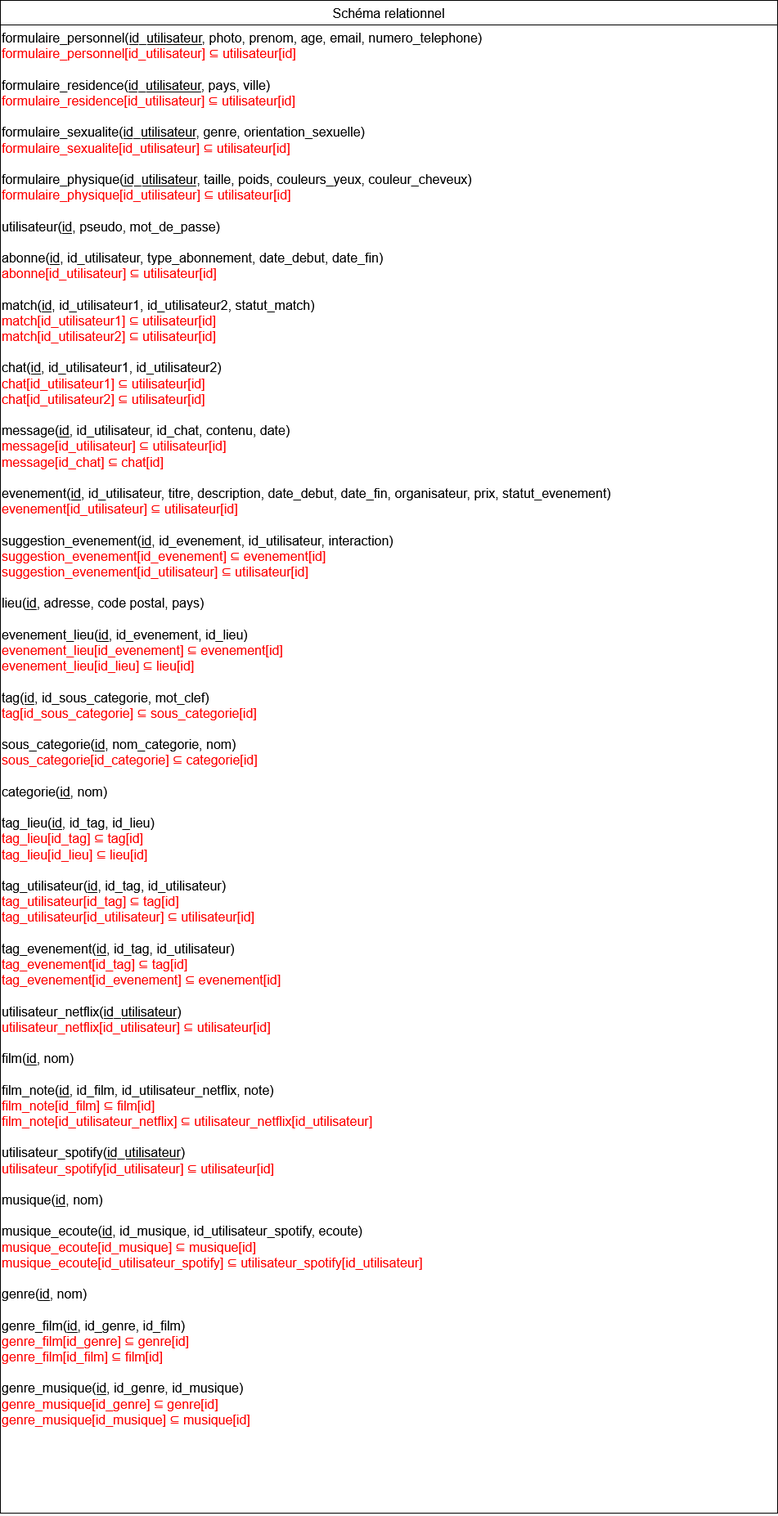
Earlier version of the draw.io export RELATIONNEL.png (SuyuKuka/Le-Big-Match-Big-Brother-Is-Matching-You). Source tidied: cells renumbered, new cells last; positions are measured from the earlier drawing's top-left corner, leaving out a move shared by most shapes.
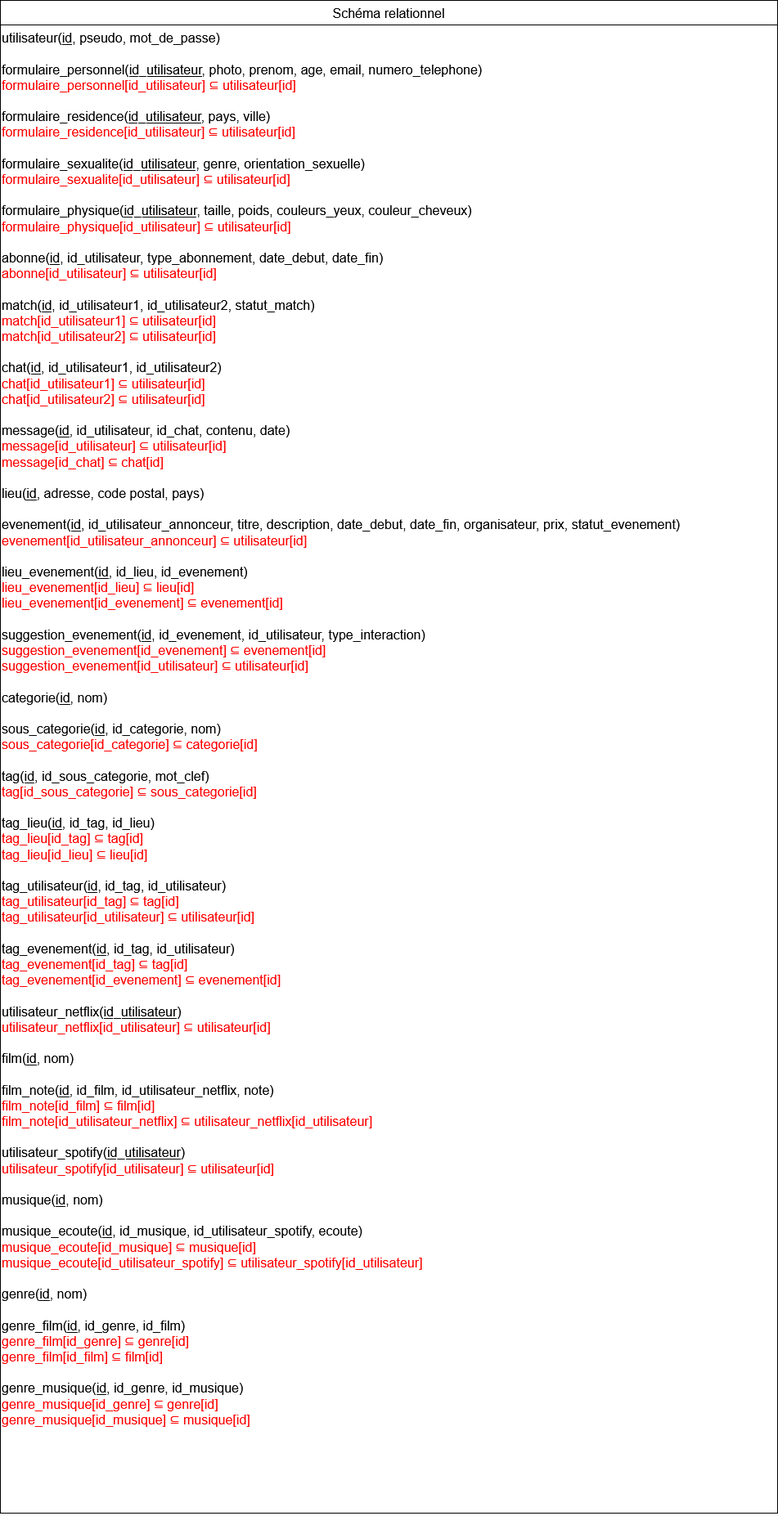
After the change.

Change to the diagram source:
```diff
@@ -8,7 +8,7 @@
     <mxCell id="3" style="shape=tableRow;horizontal=0;startSize=0;swimlaneHead=0;swimlaneBody=0;strokeColor=inherit;top=0;left=0;bottom=0;right=0;fillColor=none;fontSize=16;" parent="2" vertex="1">
       <mxGeometry y="30" width="950" height="1820" as="geometry" />
     </mxCell>
-    <mxCell id="4" value="formulaire_personnel(&lt;u&gt;id_utilisateur&lt;/u&gt;, photo, prenom, age, email, numero_telephone)&lt;br&gt;&lt;span style=&quot;color: rgb(255, 0, 0);&quot;&gt;formulaire_personnel[id_utilisateur] ⊆ utilisateur[id]&lt;/span&gt;&lt;br&gt;&lt;br&gt;formulaire_residence(&lt;u&gt;id_utilisateur&lt;/u&gt;, pays, ville)&lt;br&gt;&lt;span style=&quot;color: rgb(255, 0, 0);&quot;&gt;formulaire_residence&lt;/span&gt;&lt;span style=&quot;color: rgb(255, 0, 0);&quot;&gt;[id_utilisateur] ⊆ utilisateur[id]&lt;/span&gt;&lt;br&gt;&lt;br&gt;&lt;div&gt;formulaire_sexualite(&lt;u&gt;id_utilisateur&lt;/u&gt;, genre, orientation_sexuelle)&lt;/div&gt;&lt;div&gt;&lt;span style=&quot;color: rgb(255, 0, 0);&quot;&gt;formulaire_sexualite&lt;/span&gt;&lt;span style=&quot;color: rgb(255, 0, 0);&quot;&gt;[id_utilisateur] ⊆ utilisateur[id]&lt;/span&gt;&lt;/div&gt;&lt;br&gt;formulaire_physique(&lt;u&gt;id_utilisateur&lt;/u&gt;, taille, poids, couleurs_yeux, couleur_cheveux)&lt;br&gt;&lt;div&gt;&lt;div&gt;&lt;span style=&quot;color: rgb(255, 0, 0);&quot;&gt;formulaire_physique&lt;/span&gt;&lt;span style=&quot;color: rgb(255, 0, 0);&quot;&gt;[id_utilisateur] ⊆ utilisateur[id]&lt;/span&gt;&lt;/div&gt;&lt;/div&gt;&lt;div&gt;&lt;br&gt;&lt;/div&gt;utilisateur(&lt;u&gt;id&lt;/u&gt;, pseudo, mot_de_passe)&lt;br&gt;&lt;br&gt;abonne(&lt;u&gt;id&lt;/u&gt;, id_utilisateur, type_abonnement,&amp;nbsp;date_debut,&amp;nbsp;date_fin)&lt;br&gt;&lt;span style=&quot;color: rgb(255, 0, 0);&quot;&gt;abonne[id_utilisateur] ⊆ utilisateur[id]&lt;/span&gt;&lt;br&gt;&lt;br&gt;match(&lt;u&gt;id&lt;/u&gt;, id_utilisateur1, id_utilisateur2, statut_match)&lt;br&gt;&lt;span style=&quot;color: rgb(255, 0, 0);&quot;&gt;match[id_utilisateur1] ⊆ utilisateur[id]&lt;br&gt;match[id_utilisateur2] ⊆ utilisateur[id]&lt;/span&gt;&lt;br&gt;&lt;br&gt;chat(&lt;u&gt;id&lt;/u&gt;, id_utilisateur1, id_utilisateur2)&lt;br&gt;&lt;span style=&quot;color: rgb(255, 0, 0);&quot;&gt;chat[id_utilisateur1] ⊆ utilisateur[id]&lt;br&gt;chat[id_utilisateur2] ⊆ utilisateur[id]&lt;/span&gt;&lt;br&gt;&lt;br&gt;message(&lt;u&gt;id&lt;/u&gt;, id_utilisateur, id_chat, contenu, date)&lt;br&gt;&lt;span style=&quot;color: rgb(255, 0, 0);&quot;&gt;message[id_utilisateur] ⊆ utilisateur[id]&lt;br&gt;message[id_chat] ⊆ chat[id]&lt;/span&gt;&lt;br&gt;&lt;br&gt;evenement(&lt;u&gt;id&lt;/u&gt;, id_utilisateur, titre, description, date_debut, date_fin, organisateur, prix, statut_evenement)&lt;br&gt;&lt;span style=&quot;color: rgb(255, 0, 0);&quot;&gt;evenement[id_utilisateur] ⊆ utilisateur[id]&lt;/span&gt;&lt;br&gt;&lt;br&gt;suggestion_evenement(&lt;u&gt;id&lt;/u&gt;, id_evenement, id_utilisateur, interaction)&lt;br&gt;&lt;span style=&quot;background-color: light-dark(#ffffff, var(--ge-dark-color, #121212));&quot;&gt;&lt;span style=&quot;color: rgb(255, 0, 0);&quot;&gt;suggestion_evenement[id_evenement] ⊆ evenement[id]&lt;br&gt;suggestion_evenement[id_utilisateur] ⊆ utilisateur[id]&lt;/span&gt;&lt;/span&gt;&lt;br&gt;&lt;br&gt;lieu(&lt;u&gt;id&lt;/u&gt;, adresse, code postal, pays)&lt;br&gt;&lt;br&gt;evenement_lieu(&lt;u&gt;id&lt;/u&gt;, id_evenement, id_lieu)&lt;br&gt;&lt;span style=&quot;color: rgb(255, 0, 0);&quot;&gt;evenement_lieu[id_evenement] ⊆ evenement[id]&lt;br&gt;evenement_lieu[id_lieu] ⊆ lieu[id]&lt;/span&gt;&lt;br&gt;&lt;br&gt;tag(&lt;u&gt;id&lt;/u&gt;, id_sous_categorie, mot_clef)&lt;br&gt;&lt;span style=&quot;color: rgb(255, 0, 0);&quot;&gt;tag[id_sous_categorie] ⊆ sous_categorie[id]&lt;/span&gt;&lt;br&gt;&lt;br&gt;sous_categorie(&lt;u&gt;id&lt;/u&gt;, nom_categorie, nom)&lt;br&gt;&lt;span style=&quot;color: rgb(255, 0, 0);&quot;&gt;sous_categorie[id_categorie] ⊆ categorie[id]&lt;/span&gt;&lt;br&gt;&lt;br&gt;categorie(&lt;u&gt;id&lt;/u&gt;, nom)&lt;br&gt;&lt;br&gt;tag_lieu(&lt;u&gt;id&lt;/u&gt;, id_tag, id_lieu)&lt;br&gt;&lt;span style=&quot;color: rgb(255, 0, 0);&quot;&gt;tag_lieu[id_tag] ⊆ tag[id]&lt;br&gt;tag_lieu[id_lieu] ⊆ lieu[id]&lt;/span&gt;&lt;br&gt;&lt;br&gt;tag_utilisateur(&lt;u&gt;id&lt;/u&gt;, id_tag, id_utilisateur)&lt;br&gt;&lt;span style=&quot;color: rgb(255, 0, 0);&quot;&gt;tag_utilisateur[id_tag] ⊆ tag[id]&lt;br&gt;tag_utilisateur[id_utilisateur] ⊆ utilisateur[id]&lt;/span&gt;&lt;br&gt;&lt;br&gt;tag_evenement(&lt;u&gt;id&lt;/u&gt;, id_tag, id_utilisateur)&lt;br&gt;&lt;span style=&quot;color: rgb(255, 0, 0);&quot;&gt;tag_evenement[id_tag] ⊆ tag[id]&lt;br&gt;tag_evenement[id_evenement] ⊆ evenement[id]&lt;/span&gt;&lt;br&gt;&lt;br&gt;utilisateur_netflix(&lt;u&gt;id_utilisateur&lt;/u&gt;)&lt;br&gt;&lt;span style=&quot;color: rgb(255, 0, 0);&quot;&gt;utilisateur_netflix[id_utilisateur] ⊆ utilisateur[id]&lt;/span&gt;&lt;br&gt;&lt;br&gt;film(&lt;u&gt;id&lt;/u&gt;, nom)&lt;br&gt;&lt;br&gt;film_note(&lt;u&gt;id&lt;/u&gt;, id_film, id_utilisateur_netflix, note)&lt;br&gt;&lt;span style=&quot;color: rgb(255, 0, 0);&quot;&gt;film_note[id_film] ⊆ film[id]&lt;br&gt;film_note[id_utilisateur_netflix] ⊆ utilisateur_netflix[id_utilisateur]&lt;/span&gt;&lt;br&gt;&lt;br&gt;utilisateur_spotify(&lt;u&gt;id_utilisateur&lt;/u&gt;)&lt;br&gt;&lt;span style=&quot;color: rgb(255, 0, 0);&quot;&gt;utilisateur_spotify[id_utilisateur] ⊆ utilisateur[id]&lt;/span&gt;&lt;br&gt;&lt;br&gt;musique(&lt;u&gt;id&lt;/u&gt;, nom)&lt;br&gt;&lt;br&gt;musique_ecoute(&lt;u&gt;id&lt;/u&gt;, id_musique, id_utilisateur_spotify, ecoute)&lt;br&gt;&lt;span style=&quot;color: rgb(255, 0, 0);&quot;&gt;musique_ecoute[id_musique] ⊆ musique[id]&lt;br&gt;musique_ecoute[id_utilisateur_spotify] ⊆ utilisateur_spotify[id_utilisateur]&lt;/span&gt;&lt;br&gt;&lt;br&gt;genre(&lt;u&gt;id&lt;/u&gt;, nom)&lt;br&gt;&lt;br&gt;genre_film(&lt;u&gt;id&lt;/u&gt;, id_genre, id_film)&lt;br&gt;&lt;span style=&quot;color: rgb(255, 0, 0);&quot;&gt;genre_film[id_genre] ⊆ genre[id]&lt;br&gt;genre_film[id_film] ⊆ film[id]&lt;/span&gt;&lt;br&gt;&lt;br&gt;genre_musique(&lt;u&gt;id&lt;/u&gt;, id_genre, id_musique)&lt;br&gt;&lt;span style=&quot;color: rgb(255, 0, 0);&quot;&gt;genre_musique[id_genre] ⊆ genre[id]&lt;br&gt;genre_musique[id_musique] ⊆ musique[id]&lt;/span&gt;" style="shape=partialRectangle;html=1;whiteSpace=wrap;strokeColor=inherit;overflow=hidden;fillColor=none;top=0;left=0;bottom=0;right=0;fontSize=16;align=left;verticalAlign=top;" parent="3" vertex="1">
+    <mxCell id="4" value="&lt;div&gt;utilisateur(&lt;u&gt;id&lt;/u&gt;, pseudo, mot_de_passe)&lt;/div&gt;&lt;div&gt;&lt;br&gt;&lt;/div&gt;&lt;div&gt;formulaire_personnel(&lt;u&gt;id_utilisateur&lt;/u&gt;, photo, prenom, age, email, numero_telephone)&lt;/div&gt;&lt;span style=&quot;color: rgb(255, 0, 0);&quot;&gt;formulaire_personnel[id_utilisateur] ⊆ utilisateur[id]&lt;/span&gt;&lt;br&gt;&lt;br&gt;formulaire_residence(&lt;u&gt;id_utilisateur&lt;/u&gt;, pays, ville)&lt;br&gt;&lt;span style=&quot;color: rgb(255, 0, 0);&quot;&gt;formulaire_residence&lt;/span&gt;&lt;span style=&quot;color: rgb(255, 0, 0);&quot;&gt;[id_utilisateur] ⊆ utilisateur[id]&lt;/span&gt;&lt;br&gt;&lt;br&gt;&lt;div&gt;formulaire_sexualite(&lt;u&gt;id_utilisateur&lt;/u&gt;, genre, orientation_sexuelle)&lt;/div&gt;&lt;div&gt;&lt;span style=&quot;color: rgb(255, 0, 0);&quot;&gt;formulaire_sexualite&lt;/span&gt;&lt;span style=&quot;color: rgb(255, 0, 0);&quot;&gt;[id_utilisateur] ⊆ utilisateur[id]&lt;/span&gt;&lt;/div&gt;&lt;br&gt;formulaire_physique(&lt;u&gt;id_utilisateur&lt;/u&gt;, taille, poids, couleurs_yeux, couleur_cheveux)&lt;br&gt;&lt;div&gt;&lt;div&gt;&lt;span style=&quot;color: rgb(255, 0, 0);&quot;&gt;formulaire_physique&lt;/span&gt;&lt;span style=&quot;color: rgb(255, 0, 0);&quot;&gt;[id_utilisateur] ⊆ utilisateur[id]&lt;/span&gt;&lt;/div&gt;&lt;/div&gt;&lt;br&gt;abonne(&lt;u&gt;id&lt;/u&gt;, id_utilisateur, type_abonnement,&amp;nbsp;date_debut,&amp;nbsp;date_fin)&lt;br&gt;&lt;span style=&quot;color: rgb(255, 0, 0);&quot;&gt;abonne[id_utilisateur] ⊆ utilisateur[id]&lt;/span&gt;&lt;br&gt;&lt;br&gt;match(&lt;u&gt;id&lt;/u&gt;, id_utilisateur1, id_utilisateur2, statut_match)&lt;br&gt;&lt;span style=&quot;color: rgb(255, 0, 0);&quot;&gt;match[id_utilisateur1] ⊆ utilisateur[id]&lt;br&gt;match[id_utilisateur2] ⊆ utilisateur[id]&lt;/span&gt;&lt;br&gt;&lt;br&gt;chat(&lt;u&gt;id&lt;/u&gt;, id_utilisateur1, id_utilisateur2)&lt;br&gt;&lt;span style=&quot;color: rgb(255, 0, 0);&quot;&gt;chat[id_utilisateur1] ⊆ utilisateur[id]&lt;br&gt;chat[id_utilisateur2] ⊆ utilisateur[id]&lt;/span&gt;&lt;br&gt;&lt;br&gt;message(&lt;u&gt;id&lt;/u&gt;, id_utilisateur, id_chat, contenu, date)&lt;br&gt;&lt;span style=&quot;color: rgb(255, 0, 0);&quot;&gt;message[id_utilisateur] ⊆ utilisateur[id]&lt;br&gt;&lt;/span&gt;&lt;div&gt;&lt;span style=&quot;color: rgb(255, 0, 0);&quot;&gt;message[id_chat] ⊆ chat[id]&lt;/span&gt;&lt;/div&gt;&lt;br&gt;&lt;div&gt;lieu(&lt;u&gt;id&lt;/u&gt;, adresse, code postal, pays)&lt;/div&gt;&lt;div&gt;&lt;br&gt;&lt;/div&gt;&lt;div&gt;evenement(&lt;u&gt;id&lt;/u&gt;, id_utilisateur_annonceur, titre, description, date_debut, date_fin, organisateur, prix, statut_evenement)&lt;/div&gt;&lt;span style=&quot;color: rgb(255, 0, 0);&quot;&gt;evenement[id_utilisateur_annonceur] ⊆ utilisateur[id]&lt;/span&gt;&lt;br&gt;&lt;div&gt;&lt;br&gt;&lt;/div&gt;&lt;div&gt;lieu_evenement(&lt;u&gt;id&lt;/u&gt;, id_lieu, id_evenement)&lt;/div&gt;&lt;div&gt;&lt;span style=&quot;color: rgb(255, 0, 0);&quot;&gt;lieu_evenement[id_lieu] ⊆ lieu[id]&lt;/span&gt;&lt;/div&gt;&lt;div&gt;&lt;span style=&quot;color: rgb(255, 0, 0);&quot;&gt;lieu_evenement[id_evenement] ⊆ evenement[id]&lt;/span&gt;&lt;/div&gt;&lt;div&gt;&lt;span style=&quot;color: rgb(255, 0, 0);&quot;&gt;&lt;br&gt;&lt;/span&gt;&lt;/div&gt;suggestion_evenement(&lt;u&gt;id&lt;/u&gt;, id_evenement, id_utilisateur, type_interaction)&lt;br&gt;&lt;span style=&quot;background-color: light-dark(#ffffff, var(--ge-dark-color, #121212));&quot;&gt;&lt;span style=&quot;color: rgb(255, 0, 0);&quot;&gt;suggestion_evenement[id_evenement] ⊆ evenement[id]&lt;br&gt;suggestion_evenement[id_utilisateur] ⊆ utilisateur[id]&lt;/span&gt;&lt;/span&gt;&lt;br&gt;&lt;div&gt;&lt;br&gt;&lt;/div&gt;&lt;div&gt;categorie(&lt;u&gt;id&lt;/u&gt;, nom)&lt;/div&gt;&lt;div&gt;&lt;br&gt;&lt;/div&gt;&lt;div&gt;sous_categorie(&lt;u&gt;id&lt;/u&gt;, id_categorie, nom)&lt;br&gt;&lt;span style=&quot;color: rgb(255, 0, 0);&quot;&gt;sous_categorie[id_categorie] ⊆ categorie[id]&lt;/span&gt;&lt;/div&gt;&lt;div&gt;&lt;span style=&quot;color: rgb(255, 0, 0);&quot;&gt;&lt;br&gt;&lt;/span&gt;&lt;/div&gt;&lt;div&gt;tag(&lt;u&gt;id&lt;/u&gt;, id_sous_categorie, mot_clef)&lt;br&gt;&lt;span style=&quot;color: rgb(255, 0, 0);&quot;&gt;tag[id_sous_categorie] ⊆ sous_categorie[id]&lt;/span&gt;&lt;/div&gt;&lt;br&gt;tag_lieu(&lt;u&gt;id&lt;/u&gt;, id_tag, id_lieu)&lt;br&gt;&lt;span style=&quot;color: rgb(255, 0, 0);&quot;&gt;tag_lieu[id_tag] ⊆ tag[id]&lt;br&gt;tag_lieu[id_lieu] ⊆ lieu[id]&lt;/span&gt;&lt;br&gt;&lt;br&gt;tag_utilisateur(&lt;u&gt;id&lt;/u&gt;, id_tag, id_utilisateur)&lt;br&gt;&lt;span style=&quot;color: rgb(255, 0, 0);&quot;&gt;tag_utilisateur[id_tag] ⊆ tag[id]&lt;br&gt;tag_utilisateur[id_utilisateur] ⊆ utilisateur[id]&lt;/span&gt;&lt;br&gt;&lt;br&gt;tag_evenement(&lt;u&gt;id&lt;/u&gt;, id_tag, id_utilisateur)&lt;br&gt;&lt;span style=&quot;color: rgb(255, 0, 0);&quot;&gt;tag_evenement[id_tag] ⊆ tag[id]&lt;br&gt;tag_evenement[id_evenement] ⊆ evenement[id]&lt;/span&gt;&lt;br&gt;&lt;br&gt;utilisateur_netflix(&lt;u&gt;id_utilisateur&lt;/u&gt;)&lt;br&gt;&lt;span style=&quot;color: rgb(255, 0, 0);&quot;&gt;utilisateur_netflix[id_utilisateur] ⊆ utilisateur[id]&lt;/span&gt;&lt;br&gt;&lt;br&gt;film(&lt;u&gt;id&lt;/u&gt;, nom)&lt;br&gt;&lt;br&gt;film_note(&lt;u&gt;id&lt;/u&gt;, id_film, id_utilisateur_netflix, note)&lt;br&gt;&lt;span style=&quot;color: rgb(255, 0, 0);&quot;&gt;film_note[id_film] ⊆ film[id]&lt;br&gt;film_note[id_utilisateur_netflix] ⊆ utilisateur_netflix[id_utilisateur]&lt;/span&gt;&lt;br&gt;&lt;br&gt;utilisateur_spotify(&lt;u&gt;id_utilisateur&lt;/u&gt;)&lt;br&gt;&lt;span style=&quot;color: rgb(255, 0, 0);&quot;&gt;utilisateur_spotify[id_utilisateur] ⊆ utilisateur[id]&lt;/span&gt;&lt;br&gt;&lt;br&gt;musique(&lt;u&gt;id&lt;/u&gt;, nom)&lt;br&gt;&lt;br&gt;musique_ecoute(&lt;u&gt;id&lt;/u&gt;, id_musique, id_utilisateur_spotify, ecoute)&lt;br&gt;&lt;span style=&quot;color: rgb(255, 0, 0);&quot;&gt;musique_ecoute[id_musique] ⊆ musique[id]&lt;br&gt;musique_ecoute[id_utilisateur_spotify] ⊆ utilisateur_spotify[id_utilisateur]&lt;/span&gt;&lt;br&gt;&lt;br&gt;genre(&lt;u&gt;id&lt;/u&gt;, nom)&lt;br&gt;&lt;br&gt;genre_film(&lt;u&gt;id&lt;/u&gt;, id_genre, id_film)&lt;br&gt;&lt;span style=&quot;color: rgb(255, 0, 0);&quot;&gt;genre_film[id_genre] ⊆ genre[id]&lt;br&gt;genre_film[id_film] ⊆ film[id]&lt;/span&gt;&lt;br&gt;&lt;br&gt;genre_musique(&lt;u&gt;id&lt;/u&gt;, id_genre, id_musique)&lt;br&gt;&lt;span style=&quot;color: rgb(255, 0, 0);&quot;&gt;genre_musique[id_genre] ⊆ genre[id]&lt;br&gt;genre_musique[id_musique] ⊆ musique[id]&lt;/span&gt;" style="shape=partialRectangle;html=1;whiteSpace=wrap;strokeColor=inherit;overflow=hidden;fillColor=none;top=0;left=0;bottom=0;right=0;fontSize=16;align=left;verticalAlign=top;" parent="3" vertex="1">
       <mxGeometry width="950" height="1820" as="geometry" />
     </mxCell>
   </root>
```
